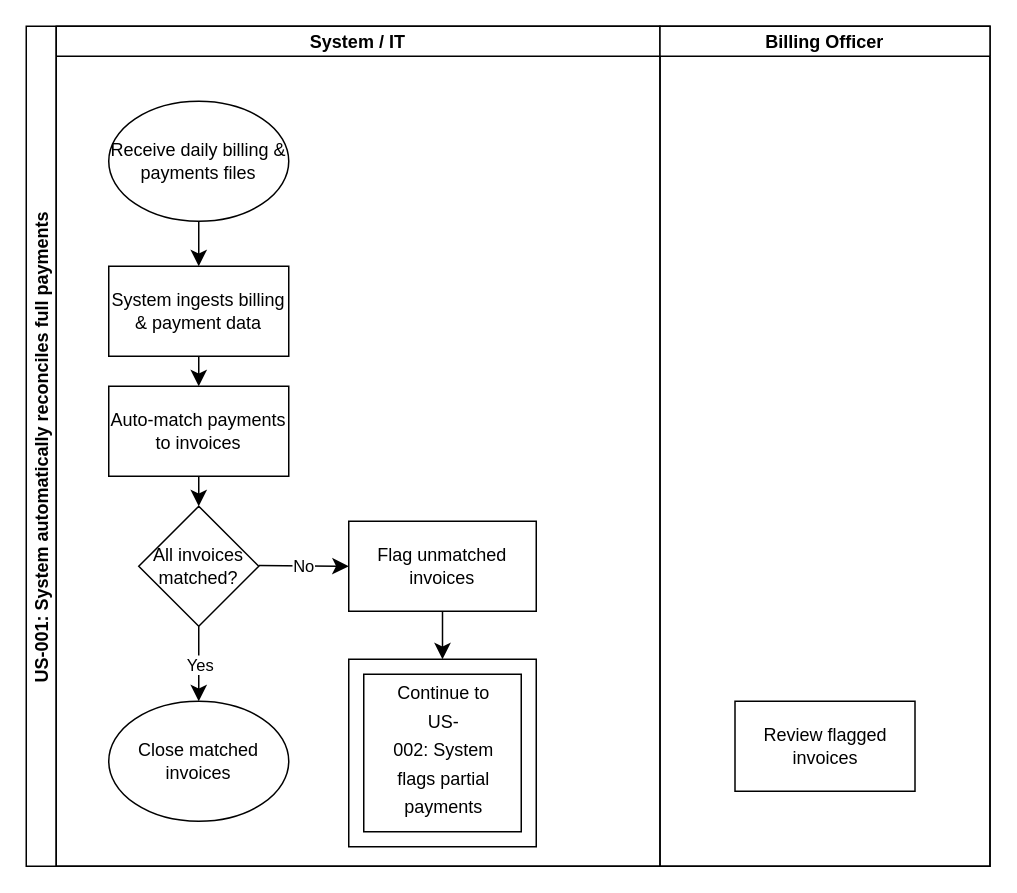
Above: page "Page-1" (1 of 9) of BA/ProcessMaps/PM001-PM008.drawio in ijs99/energy-analyst-portfolio (draw.io), before the change. Source tidied: cells renumbered, new cells numbered last; positions are measured from the earlier drawing's top-left corner, leaving out a move shared by most shapes. Both pictures are drawn from the tidied source at 150%, with x=0, y=0 at pixel (26, 26).
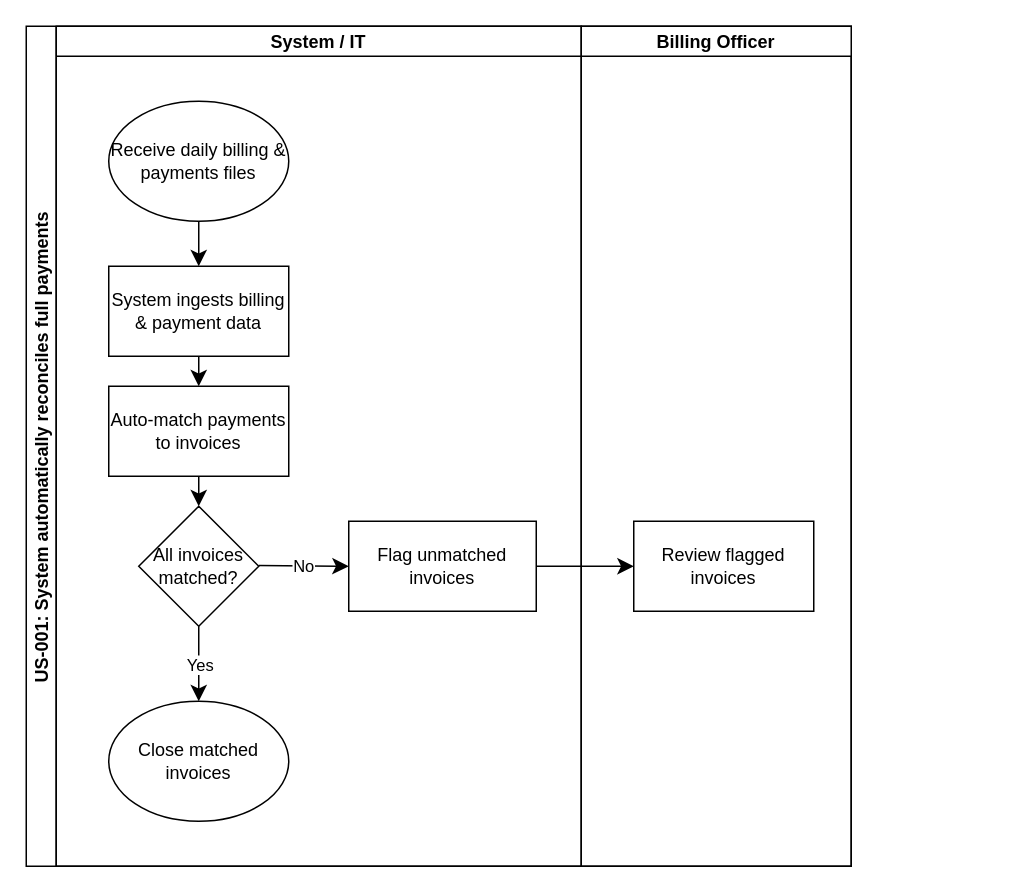
Above is the later version.

Unchanged cells that the change refers to:
```xml
<mxCell id="12" value="Flag unmatched invoices" style="rounded=0;whiteSpace=wrap;html=1;" parent="3" vertex="1">
  <mxGeometry x="195" y="330" width="125" height="60" as="geometry" />
</mxCell>
```

Diff of the diagram source:
```diff
@@
     <mxCell id="2" value="US-001: System automatically reconciles full payments" style="swimlane;startSize=20;horizontal=0;" parent="1" vertex="1">
-      <mxGeometry width="642.5" height="560" as="geometry" />
+      <mxGeometry width="550" height="560" as="geometry" />
     </mxCell>
     <mxCell id="3" value="System / IT " style="swimlane;startSize=20;" parent="2" vertex="1">
-      <mxGeometry x="20" width="402.5" height="560" as="geometry" />
+      <mxGeometry x="20" width="350" height="560" as="geometry" />
     </mxCell>
@@
-    <mxCell id="17" style="verticalLabelPosition=bottom;verticalAlign=top;html=1;shape=mxgraph.basic.frame;dx=10;whiteSpace=wrap;" parent="3" vertex="1">
-      <mxGeometry x="195" y="422" width="125" height="125" as="geometry" />
-    </mxCell>
-    <mxCell id="18" value="&lt;span style=&quot;font-size: 12px; text-wrap-mode: wrap;&quot;&gt;Continue to US-002:&amp;nbsp;System flags partial payments&lt;/span&gt;" style="text;html=1;align=center;verticalAlign=middle;strokeColor=none;fillColor=none;fontSize=16;" parent="3" vertex="1">
-      <mxGeometry x="112.5" y="465" width="290" height="31" as="geometry" />
-    </mxCell>
-    <mxCell id="19" style="edgeStyle=none;curved=1;rounded=0;jettySize=auto;html=1;exitX=0.5;exitY=1;exitDx=0;exitDy=0;entryX=0.5;entryY=0;entryDx=0;entryDy=0;entryPerimeter=0;fontSize=12;startSize=8;endSize=8;" parent="3" edge="1" source="12" target="17">
+    <mxCell id="19" style="edgeStyle=none;curved=1;rounded=0;jettySize=auto;html=1;exitX=1;exitY=0.5;exitDx=0;exitDy=0;entryX=0;entryY=0.5;entryDx=0;entryDy=0;fontSize=12;startSize=8;endSize=8;" parent="2" edge="1" source="12" target="21">
       <mxGeometry relative="1" as="geometry" />
     </mxCell>
     <mxCell id="20" value="Billing Officer" style="swimlane;startSize=20;" parent="2" vertex="1">
-      <mxGeometry x="422.5" width="220" height="560" as="geometry" />
+      <mxGeometry x="370" width="180" height="560" as="geometry" />
     </mxCell>
     <mxCell id="21" value="Review flagged invoices" style="rounded=0;whiteSpace=wrap;html=1;" parent="20" vertex="1">
-      <mxGeometry x="50" y="450" width="120" height="60" as="geometry" />
+      <mxGeometry x="35" y="330" width="120" height="60" as="geometry" />
     </mxCell>
```
